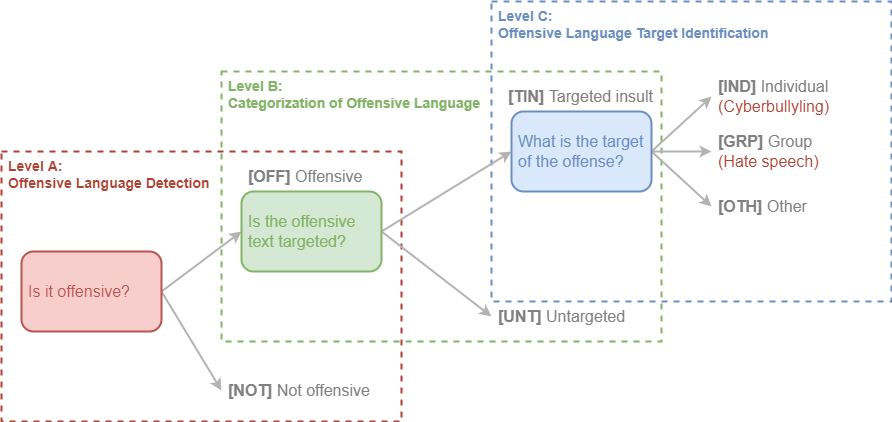
DougTrajano/olid-br keeps this draw.io diagram as docs/images/olid-en-taxonomy.png. Above is the earlier version. Source tidied: cells renumbered, new cells last; positions are measured from the earlier drawing's top-left corner, leaving out a move shared by most shapes.
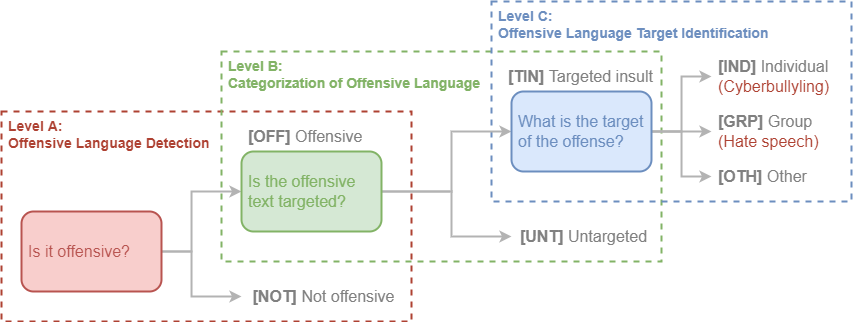
The same diagram one commit later.

Commit message:
Update taxonomy diagrams and add analysis of related datasets texts

What changed in the source:
```diff
@@ -3,64 +3,84 @@
     <mxCell id="0" />
     <mxCell id="1" parent="0" />
     <mxCell id="2" value="Level A:&lt;br style=&quot;font-size: 14px;&quot;&gt;Offensive Language Detection" style="rounded=0;whiteSpace=wrap;html=1;strokeColor=#ae4132;fillColor=none;verticalAlign=top;align=left;fontColor=#AE4132;strokeWidth=2;spacingLeft=5;fontSize=14;fontStyle=1;dashed=1;" parent="1" vertex="1">
-      <mxGeometry y="150" width="400" height="270" as="geometry" />
+      <mxGeometry y="110" width="410" height="210" as="geometry" />
     </mxCell>
     <mxCell id="3" value="Level B:&lt;br style=&quot;font-size: 14px;&quot;&gt;Categorization of Offensive Language" style="rounded=0;whiteSpace=wrap;html=1;strokeColor=#82b366;fillColor=none;verticalAlign=top;align=left;fontColor=#82B366;strokeWidth=2;spacingLeft=5;fontSize=14;fontStyle=1;dashed=1;" parent="1" vertex="1">
-      <mxGeometry x="220" y="70" width="440" height="270" as="geometry" />
+      <mxGeometry x="220" y="50" width="440" height="210" as="geometry" />
     </mxCell>
     <mxCell id="4" value="Level C:&lt;br style=&quot;font-size: 14px;&quot;&gt;Offensive Language Target Identification" style="rounded=0;whiteSpace=wrap;html=1;strokeColor=#6c8ebf;fillColor=none;verticalAlign=top;align=left;fontColor=#6C8EBF;strokeWidth=2;spacingLeft=5;fontSize=14;fontStyle=1;dashed=1;" parent="1" vertex="1">
-      <mxGeometry x="490" width="400" height="300" as="geometry" />
+      <mxGeometry x="490" width="360" height="200" as="geometry" />
     </mxCell>
-    <mxCell id="5" style="rounded=0;jettySize=auto;html=1;entryX=0;entryY=0.5;entryDx=0;entryDy=0;fontSize=14;fontColor=#6C8EBF;startArrow=none;startFill=0;strokeWidth=2;strokeColor=#B3B3B3;exitX=1;exitY=0.5;exitDx=0;exitDy=0;" parent="1" edge="1" source="7" target="10">
-      <mxGeometry relative="1" as="geometry" />
+    <mxCell id="5" style="rounded=0;jettySize=auto;html=1;entryX=0;entryY=0.5;entryDx=0;entryDy=0;fontSize=14;fontColor=#6C8EBF;startArrow=none;startFill=0;strokeWidth=2;strokeColor=#B3B3B3;exitX=1;exitY=0.5;exitDx=0;exitDy=0;edgeStyle=orthogonalEdgeStyle;" parent="1" edge="1" source="7" target="10">
+      <mxGeometry relative="1" as="geometry">
+        <Array as="points">
+          <mxPoint x="190" y="250" />
+          <mxPoint x="190" y="190" />
+        </Array>
+      </mxGeometry>
     </mxCell>
-    <mxCell id="6" style="edgeStyle=none;rounded=0;jettySize=auto;html=1;exitX=1;exitY=0.5;exitDx=0;exitDy=0;entryX=0;entryY=0.5;entryDx=0;entryDy=0;fontSize=14;fontColor=#6C8EBF;startArrow=none;startFill=0;strokeColor=#B3B3B3;strokeWidth=2;" parent="1" edge="1" source="7" target="15">
-      <mxGeometry relative="1" as="geometry" />
+    <mxCell id="6" style="edgeStyle=orthogonalEdgeStyle;rounded=0;jettySize=auto;html=1;exitX=1;exitY=0.5;exitDx=0;exitDy=0;entryX=0;entryY=0.5;entryDx=0;entryDy=0;fontSize=14;fontColor=#6C8EBF;startArrow=none;startFill=0;strokeColor=#B3B3B3;strokeWidth=2;" parent="1" edge="1" source="7" target="15">
+      <mxGeometry relative="1" as="geometry">
+        <Array as="points">
+          <mxPoint x="190" y="250" />
+          <mxPoint x="190" y="295" />
+        </Array>
+      </mxGeometry>
     </mxCell>
     <mxCell id="7" value="Is it offensive?" style="rounded=1;whiteSpace=wrap;html=1;fillColor=#f8cecc;align=left;strokeColor=#b85450;strokeWidth=2;spacingLeft=5;fontSize=16;fontColor=#B85450;" parent="1" vertex="1">
-      <mxGeometry x="20" y="250" width="140" height="80" as="geometry" />
+      <mxGeometry x="20" y="210" width="140" height="80" as="geometry" />
     </mxCell>
-    <mxCell id="8" style="edgeStyle=none;rounded=0;jettySize=auto;html=1;entryX=0;entryY=0.5;entryDx=0;entryDy=0;fontSize=14;fontColor=#6C8EBF;startArrow=none;startFill=0;strokeColor=#B3B3B3;strokeWidth=2;exitX=1;exitY=0.5;exitDx=0;exitDy=0;" parent="1" edge="1" source="10" target="17">
-      <mxGeometry relative="1" as="geometry" />
+    <mxCell id="8" style="edgeStyle=orthogonalEdgeStyle;rounded=0;jettySize=auto;html=1;entryX=0;entryY=0.5;entryDx=0;entryDy=0;fontSize=14;fontColor=#6C8EBF;startArrow=none;startFill=0;strokeColor=#B3B3B3;strokeWidth=2;exitX=1;exitY=0.5;exitDx=0;exitDy=0;" parent="1" edge="1" source="10" target="17">
+      <mxGeometry relative="1" as="geometry">
+        <Array as="points">
+          <mxPoint x="450" y="190" />
+          <mxPoint x="450" y="235" />
+        </Array>
+      </mxGeometry>
     </mxCell>
-    <mxCell id="9" style="edgeStyle=none;rounded=0;jettySize=auto;html=1;exitX=1;exitY=0.5;exitDx=0;exitDy=0;entryX=0;entryY=0.5;entryDx=0;entryDy=0;fontSize=14;fontColor=#6C8EBF;startArrow=none;startFill=0;strokeColor=#B3B3B3;strokeWidth=2;" parent="1" edge="1" source="10" target="14">
-      <mxGeometry relative="1" as="geometry" />
+    <mxCell id="9" style="edgeStyle=orthogonalEdgeStyle;rounded=0;jettySize=auto;html=1;exitX=1;exitY=0.5;exitDx=0;exitDy=0;entryX=0;entryY=0.5;entryDx=0;entryDy=0;fontSize=14;fontColor=#6C8EBF;startArrow=none;startFill=0;strokeColor=#B3B3B3;strokeWidth=2;" parent="1" edge="1" source="10" target="14">
+      <mxGeometry relative="1" as="geometry">
+        <Array as="points">
+          <mxPoint x="450" y="190" />
+          <mxPoint x="450" y="130" />
+        </Array>
+      </mxGeometry>
     </mxCell>
     <mxCell id="10" value="Is the offensive text targeted?" style="rounded=1;whiteSpace=wrap;html=1;fillColor=#d5e8d4;align=left;strokeColor=#82b366;strokeWidth=2;spacingLeft=5;fontSize=16;fontColor=#82B366;" parent="1" vertex="1">
-      <mxGeometry x="240" y="190" width="140" height="80" as="geometry" />
+      <mxGeometry x="240" y="150" width="140" height="80" as="geometry" />
     </mxCell>
-    <mxCell id="11" style="edgeStyle=none;rounded=0;jettySize=auto;html=1;exitX=1;exitY=0.5;exitDx=0;exitDy=0;entryX=0;entryY=0.5;entryDx=0;entryDy=0;fontSize=14;fontColor=#6C8EBF;startArrow=none;startFill=0;strokeColor=#B3B3B3;strokeWidth=2;" parent="1" edge="1" source="14" target="19">
+    <mxCell id="11" style="edgeStyle=orthogonalEdgeStyle;rounded=0;jettySize=auto;html=1;exitX=1;exitY=0.5;exitDx=0;exitDy=0;entryX=0;entryY=0.5;entryDx=0;entryDy=0;fontSize=14;fontColor=#6C8EBF;startArrow=none;startFill=0;strokeColor=#B3B3B3;strokeWidth=2;" parent="1" edge="1" source="14" target="19">
       <mxGeometry relative="1" as="geometry" />
     </mxCell>
-    <mxCell id="12" style="edgeStyle=none;rounded=0;jettySize=auto;html=1;exitX=1;exitY=0.5;exitDx=0;exitDy=0;fontSize=14;fontColor=#6C8EBF;startArrow=none;startFill=0;strokeColor=#B3B3B3;strokeWidth=2;" parent="1" edge="1" source="14" target="18">
+    <mxCell id="12" style="edgeStyle=orthogonalEdgeStyle;rounded=0;jettySize=auto;html=1;exitX=1;exitY=0.5;exitDx=0;exitDy=0;fontSize=14;fontColor=#6C8EBF;startArrow=none;startFill=0;strokeColor=#B3B3B3;strokeWidth=2;" parent="1" edge="1" source="14" target="18">
       <mxGeometry relative="1" as="geometry" />
     </mxCell>
-    <mxCell id="13" style="edgeStyle=none;rounded=0;jettySize=auto;html=1;exitX=1;exitY=0.5;exitDx=0;exitDy=0;entryX=0;entryY=0.5;entryDx=0;entryDy=0;fontSize=14;fontColor=#6C8EBF;startArrow=none;startFill=0;strokeColor=#B3B3B3;strokeWidth=2;" parent="1" edge="1" source="14" target="16">
+    <mxCell id="13" style="edgeStyle=orthogonalEdgeStyle;rounded=0;jettySize=auto;html=1;exitX=1;exitY=0.5;exitDx=0;exitDy=0;entryX=0;entryY=0.5;entryDx=0;entryDy=0;fontSize=14;fontColor=#6C8EBF;startArrow=none;startFill=0;strokeColor=#B3B3B3;strokeWidth=2;" parent="1" edge="1" source="14" target="16">
       <mxGeometry relative="1" as="geometry" />
     </mxCell>
     <mxCell id="14" value="What is the target of the offense?" style="rounded=1;whiteSpace=wrap;html=1;fillColor=#dae8fc;align=left;strokeColor=#6c8ebf;strokeWidth=2;spacingLeft=5;fontSize=16;fontColor=#6C8EBF;" parent="1" vertex="1">
-      <mxGeometry x="510" y="110" width="140" height="80" as="geometry" />
+      <mxGeometry x="510" y="90" width="140" height="80" as="geometry" />
     </mxCell>
-    <mxCell id="15" value="&lt;font color=&quot;#808080&quot; style=&quot;font-size: 16px;&quot;&gt;&lt;b style=&quot;font-size: 16px;&quot;&gt;[NOT]&lt;/b&gt; Not offensive&lt;/font&gt;" style="text;html=1;strokeColor=none;fillColor=none;align=left;verticalAlign=middle;whiteSpace=wrap;rounded=0;fontSize=16;fontColor=#6C8EBF;spacingLeft=5;" parent="1" vertex="1">
-      <mxGeometry x="220" y="374" width="150" height="30" as="geometry" />
+    <mxCell id="15" value="&lt;font color=&quot;#808080&quot; style=&quot;font-size: 16px;&quot;&gt;&lt;b style=&quot;font-size: 16px;&quot;&gt;[NOT]&lt;/b&gt; Not offensive&lt;/font&gt;" style="text;html=1;strokeColor=none;fillColor=none;align=center;verticalAlign=middle;whiteSpace=wrap;rounded=0;fontSize=16;fontColor=#6C8EBF;spacingLeft=5;" parent="1" vertex="1">
+      <mxGeometry x="240" y="280" width="160" height="30" as="geometry" />
     </mxCell>
     <mxCell id="16" value="&lt;font color=&quot;#808080&quot; style=&quot;font-size: 16px;&quot;&gt;&lt;b style=&quot;font-size: 16px;&quot;&gt;[IND]&lt;/b&gt; Individual&lt;/font&gt;&lt;br style=&quot;font-size: 16px;&quot;&gt;&lt;font color=&quot;#ae4132&quot; style=&quot;font-size: 16px;&quot;&gt;(Cyberbullyling)&lt;/font&gt;" style="text;html=1;strokeColor=none;fillColor=none;align=left;verticalAlign=middle;whiteSpace=wrap;rounded=0;fontSize=16;fontColor=#6C8EBF;spacingLeft=5;" parent="1" vertex="1">
-      <mxGeometry x="710" y="80" width="150" height="30" as="geometry" />
+      <mxGeometry x="710" y="50" width="150" height="50" as="geometry" />
     </mxCell>
-    <mxCell id="17" value="&lt;font color=&quot;#808080&quot; style=&quot;font-size: 16px;&quot;&gt;&lt;b style=&quot;font-size: 16px;&quot;&gt;[UNT]&lt;/b&gt; Untargeted&lt;/font&gt;" style="text;html=1;strokeColor=none;fillColor=none;align=left;verticalAlign=middle;whiteSpace=wrap;rounded=0;fontSize=16;fontColor=#6C8EBF;spacingLeft=5;" parent="1" vertex="1">
-      <mxGeometry x="490" y="300" width="150" height="30" as="geometry" />
+    <mxCell id="17" value="&lt;font color=&quot;#808080&quot; style=&quot;font-size: 16px;&quot;&gt;&lt;b style=&quot;font-size: 16px;&quot;&gt;[UNT]&lt;/b&gt; Untargeted&lt;/font&gt;" style="text;html=1;strokeColor=none;fillColor=none;align=center;verticalAlign=middle;whiteSpace=wrap;rounded=0;fontSize=16;fontColor=#6C8EBF;spacingLeft=5;" parent="1" vertex="1">
+      <mxGeometry x="510" y="220" width="140" height="30" as="geometry" />
     </mxCell>
     <mxCell id="18" value="&lt;font color=&quot;#808080&quot; style=&quot;font-size: 16px;&quot;&gt;&lt;b style=&quot;font-size: 16px;&quot;&gt;[GRP]&lt;/b&gt; Group&lt;/font&gt;&lt;br style=&quot;font-size: 16px;&quot;&gt;&lt;font color=&quot;#ae4132&quot; style=&quot;font-size: 16px;&quot;&gt;(Hate speech)&lt;/font&gt;" style="text;html=1;strokeColor=none;fillColor=none;align=left;verticalAlign=middle;whiteSpace=wrap;rounded=0;fontSize=16;fontColor=#6C8EBF;spacingLeft=5;" parent="1" vertex="1">
-      <mxGeometry x="710" y="135" width="150" height="30" as="geometry" />
+      <mxGeometry x="710" y="107.5" width="150" height="45" as="geometry" />
     </mxCell>
     <mxCell id="19" value="&lt;font color=&quot;#808080&quot; style=&quot;font-size: 16px;&quot;&gt;&lt;b style=&quot;font-size: 16px;&quot;&gt;[OTH]&lt;/b&gt; Other&lt;/font&gt;" style="text;html=1;strokeColor=none;fillColor=none;align=left;verticalAlign=middle;whiteSpace=wrap;rounded=0;fontSize=16;fontColor=#6C8EBF;spacingLeft=5;" parent="1" vertex="1">
-      <mxGeometry x="710" y="190" width="150" height="30" as="geometry" />
+      <mxGeometry x="710" y="160" width="150" height="30" as="geometry" />
     </mxCell>
     <mxCell id="20" value="&lt;font color=&quot;#808080&quot; style=&quot;font-size: 16px;&quot;&gt;&lt;b style=&quot;font-size: 16px;&quot;&gt;[OFF]&lt;/b&gt; Offensive&lt;/font&gt;" style="text;html=1;strokeColor=none;fillColor=none;align=left;verticalAlign=middle;whiteSpace=wrap;rounded=0;fontSize=16;fontColor=#6C8EBF;spacingLeft=5;" parent="1" vertex="1">
-      <mxGeometry x="240" y="160" width="150" height="30" as="geometry" />
+      <mxGeometry x="240" y="120" width="150" height="30" as="geometry" />
     </mxCell>
     <mxCell id="21" value="&lt;font color=&quot;#808080&quot; style=&quot;font-size: 16px;&quot;&gt;&lt;b style=&quot;font-size: 16px;&quot;&gt;[TIN]&lt;/b&gt; Targeted insult&lt;/font&gt;" style="text;html=1;strokeColor=none;fillColor=none;align=left;verticalAlign=middle;whiteSpace=wrap;rounded=0;fontSize=16;fontColor=#6C8EBF;spacingLeft=5;" parent="1" vertex="1">
-      <mxGeometry x="500" y="80" width="160" height="30" as="geometry" />
+      <mxGeometry x="500" y="60" width="160" height="30" as="geometry" />
     </mxCell>
   </root>
 </mxGraphModel>
```
